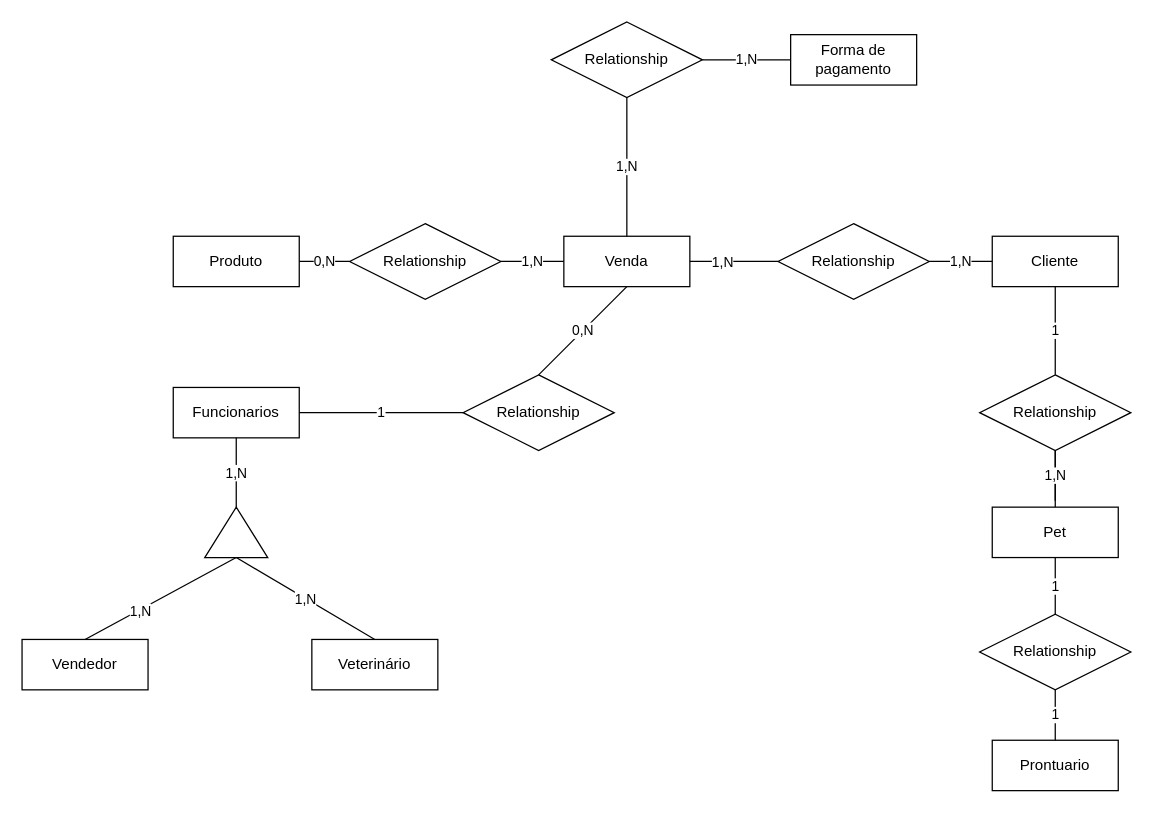
Before: Untitled Diagram.drawio in jhonnywalkerdev/db-petshop-relationship, a draw.io diagram. Source tidied: cells renumbered, new cells numbered last; positions are measured from the earlier drawing's top-left corner, leaving out a move shared by most shapes. Both pictures are drawn from the tidied source at 126%, with x=0, y=0 at pixel (21, 21).
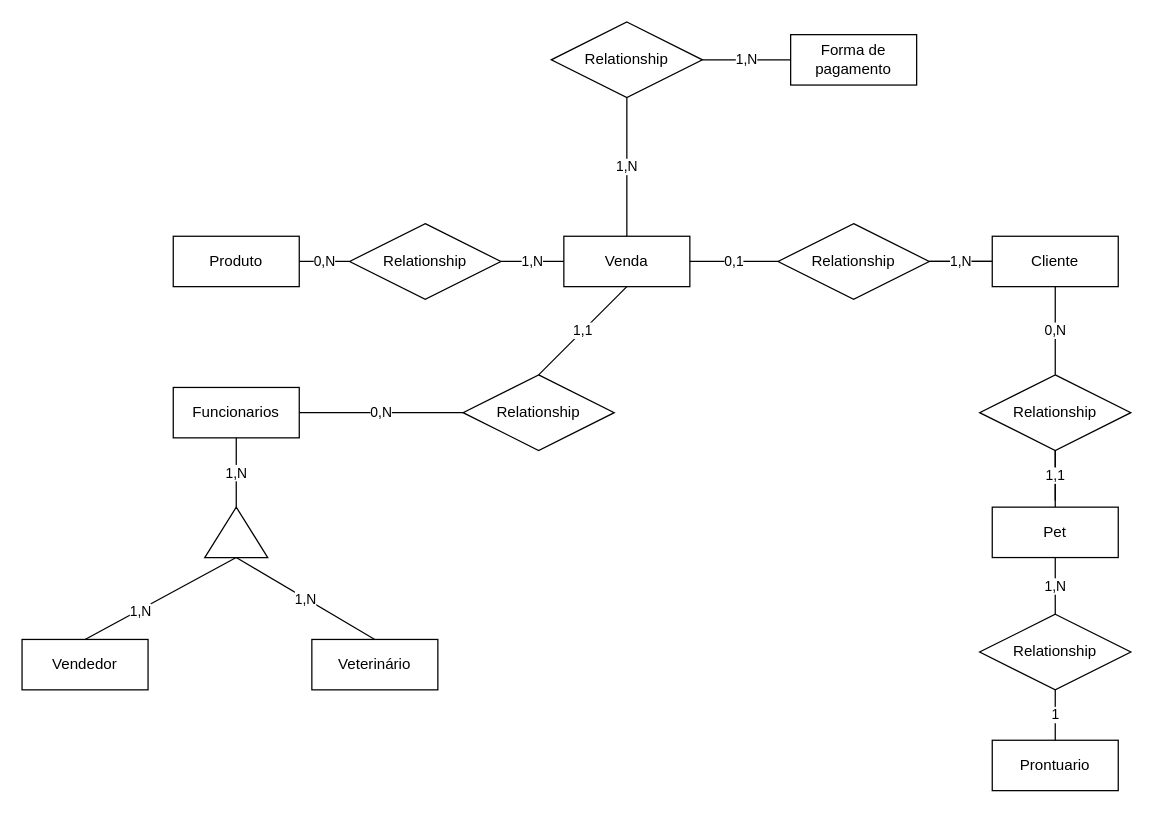
The same page after the edit.

Commit message:
CORRIGIDO CARDINALIDADE

Unchanged cells that the change refers to:
```xml
<mxCell id="2" value="Venda" style="whiteSpace=wrap;html=1;align=center;" parent="1" vertex="1">
  <mxGeometry x="430" y="170" width="100" height="40" as="geometry" />
</mxCell>
<mxCell id="4" value="Funcionarios" style="whiteSpace=wrap;html=1;align=center;" parent="1" vertex="1">
  <mxGeometry x="120" y="290" width="100" height="40" as="geometry" />
</mxCell>
<mxCell id="15" value="Cliente" style="whiteSpace=wrap;html=1;align=center;" parent="1" vertex="1">
  <mxGeometry x="770" y="170" width="100" height="40" as="geometry" />
</mxCell>
<mxCell id="16" value="Relationship" style="shape=rhombus;perimeter=rhombusPerimeter;whiteSpace=wrap;html=1;align=center;" parent="1" vertex="1">
  <mxGeometry x="600" y="160" width="120" height="60" as="geometry" />
</mxCell>
<mxCell id="20" value="Relationship" style="shape=rhombus;perimeter=rhombusPerimeter;whiteSpace=wrap;html=1;align=center;" parent="1" vertex="1">
  <mxGeometry x="760" y="280" width="120" height="60" as="geometry" />
</mxCell>
<mxCell id="23" value="Pet" style="whiteSpace=wrap;html=1;align=center;" parent="1" vertex="1">
  <mxGeometry x="770" y="385" width="100" height="40" as="geometry" />
</mxCell>
<mxCell id="24" value="Relationship" style="shape=rhombus;perimeter=rhombusPerimeter;whiteSpace=wrap;html=1;align=center;" parent="1" vertex="1">
  <mxGeometry x="760" y="470" width="120" height="60" as="geometry" />
</mxCell>
<mxCell id="29" value="Relationship" style="shape=rhombus;perimeter=rhombusPerimeter;whiteSpace=wrap;html=1;align=center;" parent="1" vertex="1">
  <mxGeometry x="350" y="280" width="120" height="60" as="geometry" />
</mxCell>
```

What changed in the source:
```diff
@@
+    <mxCell id="36" style="edgeStyle=orthogonalEdgeStyle;rounded=0;jettySize=auto;html=1;endArrow=none;endFill=0;strokeColor=default;" parent="1" edge="1" source="16" target="15">
+      <mxGeometry relative="1" as="geometry" />
+    </mxCell>
@@
-    <mxCell id="17" style="endArrow=none;html=1;rounded=0;exitX=1;exitY=0.5;exitDx=0;exitDy=0;entryX=0;entryY=0.5;entryDx=0;entryDy=0;endFill=0;" parent="1" edge="1" source="2" target="16">
+    <mxCell id="17" value="0,1" style="endArrow=none;html=1;rounded=0;exitX=1;exitY=0.5;exitDx=0;exitDy=0;entryX=0;entryY=0.5;entryDx=0;entryDy=0;endFill=0;" parent="1" edge="1" source="2" target="16">
       <mxGeometry relative="1" as="geometry" />
     </mxCell>
-    <mxCell id="18" value="1,N" style="edgeLabel;html=1;align=center;verticalAlign=middle;" parent="17" vertex="1">
-      <mxGeometry x="-0.29" relative="1" as="geometry" />
-    </mxCell>
@@
-    <mxCell id="21" value="1" style="endArrow=none;html=1;rounded=0;exitX=0.5;exitY=1;exitDx=0;exitDy=0;endFill=0;entryX=0.5;entryY=0;entryDx=0;entryDy=0;" parent="1" edge="1" source="15" target="20">
+    <mxCell id="21" value="0,N" style="endArrow=none;html=1;rounded=0;exitX=0.5;exitY=1;exitDx=0;exitDy=0;endFill=0;entryX=0.5;entryY=0;entryDx=0;entryDy=0;" parent="1" edge="1" source="15" target="20">
       <mxGeometry relative="1" as="geometry" />
     </mxCell>
@@
-    <mxCell id="26" value="1,N" style="endArrow=none;html=1;rounded=0;exitX=0.5;exitY=1;exitDx=0;exitDy=0;endFill=0;" parent="1" edge="1" source="20">
+    <mxCell id="26" value="1,1" style="endArrow=none;html=1;rounded=0;exitX=0.5;exitY=1;exitDx=0;exitDy=0;endFill=0;" parent="1" edge="1" source="20">
       <mxGeometry relative="1" as="geometry">
         <mxPoint x="820" y="380" as="targetPoint" />
       </mxGeometry>
     </mxCell>
-    <mxCell id="27" value="1" style="endArrow=none;html=1;rounded=0;exitX=0.5;exitY=1;exitDx=0;exitDy=0;endFill=0;entryX=0.5;entryY=0;entryDx=0;entryDy=0;" parent="1" edge="1" source="23" target="24">
+    <mxCell id="27" value="1,N" style="endArrow=none;html=1;rounded=0;exitX=0.5;exitY=1;exitDx=0;exitDy=0;endFill=0;entryX=0.5;entryY=0;entryDx=0;entryDy=0;" parent="1" edge="1" source="23" target="24">
       <mxGeometry relative="1" as="geometry" />
     </mxCell>
@@
-    <mxCell id="30" value="1" style="endArrow=none;html=1;rounded=0;exitX=1;exitY=0.5;exitDx=0;exitDy=0;entryX=0;entryY=0.5;entryDx=0;entryDy=0;endFill=0;" parent="1" edge="1" source="4" target="29">
+    <mxCell id="30" value="0,N" style="endArrow=none;html=1;rounded=0;exitX=1;exitY=0.5;exitDx=0;exitDy=0;entryX=0;entryY=0.5;entryDx=0;entryDy=0;endFill=0;" parent="1" edge="1" source="4" target="29">
       <mxGeometry relative="1" as="geometry" />
     </mxCell>
-    <mxCell id="31" value="0,N" style="endArrow=none;html=1;rounded=0;exitX=0.5;exitY=1;exitDx=0;exitDy=0;entryX=0.5;entryY=0;entryDx=0;entryDy=0;endFill=0;" parent="1" edge="1" source="2" target="29">
+    <mxCell id="31" value="1,1" style="endArrow=none;html=1;rounded=0;exitX=0.5;exitY=1;exitDx=0;exitDy=0;entryX=0.5;entryY=0;entryDx=0;entryDy=0;endFill=0;" parent="1" edge="1" source="2" target="29">
       <mxGeometry relative="1" as="geometry" />
     </mxCell>
```
